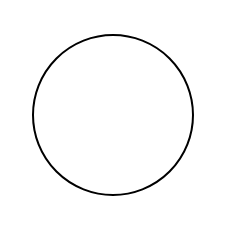
Tryking/diagrams keeps this draw.io diagram as Test Diagram.drawio. Above is the earlier version. Source tidied: cells renumbered, new cells numbered last; positions are measured from the earlier drawing's top-left corner, leaving out a move shared by most shapes. Both pictures are drawn from the tidied source at 200%, with x=0, y=0 at pixel (32, 34).
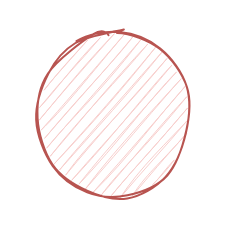
Above is the later version.

Change to the diagram source:
```diff
@@
 <mxGraphModel>
   <root>
     <mxCell id="0" />
     <mxCell id="1" parent="0" />
-    <mxCell id="2" style="ellipse;whiteSpace=wrap;html=1;" parent="1" vertex="1">
+    <mxCell id="2" style="ellipse;whiteSpace=wrap;html=1;sketch=1;fillColor=#f8cecc;strokeColor=#b85450;" parent="1" vertex="1">
       <mxGeometry width="80" height="80" as="geometry" />
     </mxCell>
   </root>
 </mxGraphModel>
```
